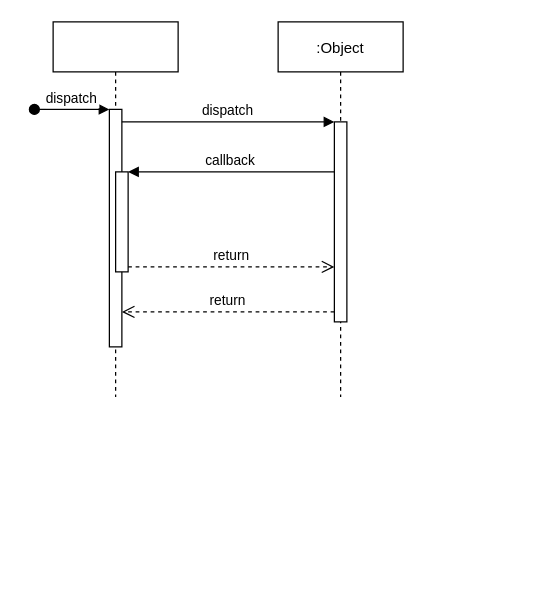
Before: page "资源管理-流程" (1 of 2) of Untitled Diagram.drawio in MainListActivity/demo, a draw.io diagram. Source tidied: cells renumbered, new cells numbered last; positions are measured from the earlier drawing's top-left corner, leaving out a move shared by most shapes. Both pictures are drawn from the tidied source at 125%, with x=0, y=0 at pixel (34, 21).
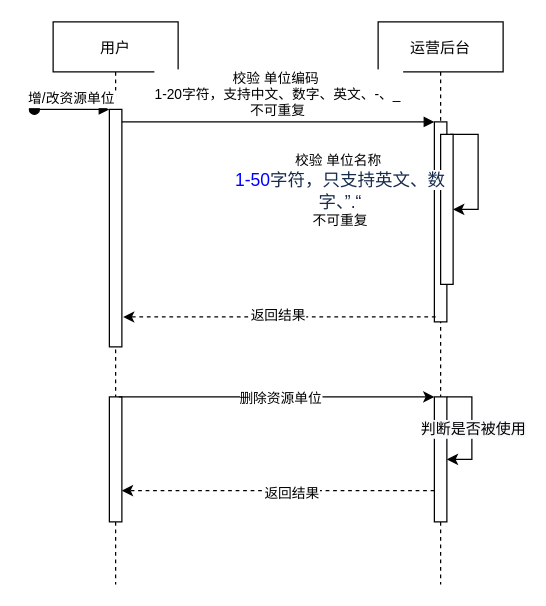
Above is the later version.

Unchanged cells that the change refers to:
```xml
<mxCell id="3" style="points=[];perimeter=orthogonalPerimeter;rounded=0;shadow=0;strokeWidth=1;" parent="2" vertex="1">
  <mxGeometry x="45" y="70" width="10" height="190" as="geometry" />
</mxCell>
<mxCell id="7" style="points=[];perimeter=orthogonalPerimeter;rounded=0;shadow=0;strokeWidth=1;" parent="6" vertex="1">
  <mxGeometry x="45" y="80" width="10" height="160" as="geometry" />
</mxCell>
```

Change to the diagram source:
```diff
@@
-    <mxCell id="2" style="shape=umlLifeline;perimeter=lifelinePerimeter;rounded=0;shadow=0;strokeWidth=1;" parent="1" vertex="1">
-      <mxGeometry x="15" width="100" height="300" as="geometry" />
+    <mxCell id="2" value="用户" style="shape=umlLifeline;perimeter=lifelinePerimeter;rounded=0;shadow=0;strokeWidth=1;" parent="1" vertex="1">
+      <mxGeometry x="15" width="100" height="450" as="geometry" />
     </mxCell>
@@
-    <mxCell id="4" value="dispatch" style="verticalAlign=bottom;startArrow=oval;endArrow=block;startSize=8;shadow=0;strokeWidth=1;" parent="2" edge="1" target="3">
+    <mxCell id="4" value="增/改资源单位" style="verticalAlign=bottom;startArrow=oval;endArrow=block;startSize=8;shadow=0;strokeWidth=1;" parent="2" edge="1" target="3">
       <mxGeometry relative="1" as="geometry">
         <mxPoint x="-15" y="70" as="sourcePoint" />
       </mxGeometry>
     </mxCell>
-    <mxCell id="5" style="points=[];perimeter=orthogonalPerimeter;rounded=0;shadow=0;strokeWidth=1;" parent="2" vertex="1">
-      <mxGeometry x="50" y="120" width="10" height="80" as="geometry" />
-    </mxCell>
+    <mxCell id="12" style="rounded=0;whiteSpace=wrap;html=1;" parent="2" vertex="1">
+      <mxGeometry x="45" y="300" width="10" height="100" as="geometry" />
+    </mxCell>
-    <mxCell id="6" value=":Object" style="shape=umlLifeline;perimeter=lifelinePerimeter;rounded=0;shadow=0;strokeWidth=1;" parent="1" vertex="1">
-      <mxGeometry x="195" width="100" height="300" as="geometry" />
+    <mxCell id="6" value="运营后台" style="shape=umlLifeline;perimeter=lifelinePerimeter;rounded=0;shadow=0;strokeWidth=1;" parent="1" vertex="1">
+      <mxGeometry x="275" width="100" height="450" as="geometry" />
     </mxCell>
@@
-    <mxCell id="8" value="return" style="verticalAlign=bottom;endArrow=open;dashed=1;endSize=8;exitX=0;exitY=0.95;shadow=0;strokeWidth=1;" parent="1" edge="1" source="7" target="3">
-      <mxGeometry relative="1" as="geometry" />
-    </mxCell>
+    <mxCell id="13" style="rounded=0;whiteSpace=wrap;html=1;" parent="6" vertex="1">
+      <mxGeometry x="50" y="90" width="10" height="120" as="geometry" />
+    </mxCell>
+    <mxCell id="14" style="edgeStyle=orthogonalEdgeStyle;rounded=0;orthogonalLoop=1;jettySize=auto;html=1;exitX=0.75;exitY=0;exitDx=0;exitDy=0;entryX=1;entryY=0.5;entryDx=0;entryDy=0;" parent="6" edge="1" source="13" target="13">
+      <mxGeometry relative="1" as="geometry">
+        <Array as="points">
+          <mxPoint x="80" y="90" />
+          <mxPoint x="80" y="150" />
+        </Array>
+      </mxGeometry>
+    </mxCell>
+    <mxCell id="15" style="rounded=0;whiteSpace=wrap;html=1;" parent="6" vertex="1">
+      <mxGeometry x="45" y="300" width="10" height="100" as="geometry" />
+    </mxCell>
+    <mxCell id="16" style="edgeStyle=orthogonalEdgeStyle;rounded=0;orthogonalLoop=1;jettySize=auto;html=1;exitX=1;exitY=0;exitDx=0;exitDy=0;entryX=1;entryY=0.5;entryDx=0;entryDy=0;strokeColor=#000000;" parent="6" edge="1" source="15" target="15">
+      <mxGeometry relative="1" as="geometry">
+        <Array as="points">
+          <mxPoint x="75" y="300" />
+          <mxPoint x="75" y="350" />
+        </Array>
+      </mxGeometry>
+    </mxCell>
+    <mxCell id="17" value="&lt;span style=&quot;font-size: 12px ; background-color: rgb(248 , 249 , 250)&quot;&gt;判断是否被使用&lt;/span&gt;" style="edgeLabel;html=1;align=center;verticalAlign=middle;" parent="16" vertex="1">
+      <mxGeometry relative="1" as="geometry" />
+    </mxCell>
-    <mxCell id="9" value="dispatch" style="verticalAlign=bottom;endArrow=block;entryX=0;entryY=0;shadow=0;strokeWidth=1;" parent="1" edge="1" source="3" target="7">
+    <mxCell id="9" value="校验 单位编码 &#10;1-20字符，支持中文、数字、英文、-、_&#10;不可重复" style="verticalAlign=bottom;endArrow=block;entryX=0;entryY=0;shadow=0;strokeWidth=1;" parent="1" edge="1" source="3" target="7">
       <mxGeometry relative="1" as="geometry" />
     </mxCell>
-    <mxCell id="10" value="callback" style="verticalAlign=bottom;endArrow=block;entryX=1;entryY=0;shadow=0;strokeWidth=1;" parent="1" edge="1" source="7" target="5">
-      <mxGeometry relative="1" as="geometry" />
-    </mxCell>
-    <mxCell id="11" value="return" style="verticalAlign=bottom;endArrow=open;dashed=1;endSize=8;exitX=1;exitY=0.95;shadow=0;strokeWidth=1;" parent="1" edge="1" source="5" target="7">
-      <mxGeometry relative="1" as="geometry" />
-    </mxCell>
+    <mxCell id="18" value="&lt;span style=&quot;font-size: 11px ; background-color: rgb(255 , 255 , 255)&quot;&gt;校验 单位名称&amp;nbsp;&lt;br&gt;&lt;/span&gt;&lt;span style=&quot;background-color: rgb(255 , 255 , 255) ; font-size: 14px ; text-align: left ; color: rgb(0 , 0 , 255)&quot;&gt;1-50&lt;/span&gt;&lt;span style=&quot;background-color: rgb(255 , 255 , 255) ; color: rgb(23 , 43 , 77) ; font-size: 14px ; text-align: left&quot;&gt;字符，只支持英文、数字、”.“&lt;/span&gt;&lt;span style=&quot;font-size: 11px ; background-color: rgb(255 , 255 , 255)&quot;&gt;&lt;br&gt;&lt;/span&gt;&lt;span style=&quot;font-size: 11px ; background-color: rgb(255 , 255 , 255)&quot;&gt;不可重复&lt;/span&gt;" style="text;html=1;strokeColor=none;fillColor=none;align=center;verticalAlign=middle;whiteSpace=wrap;rounded=0;" parent="1" vertex="1">
+      <mxGeometry x="155" y="120" width="180" height="30" as="geometry" />
+    </mxCell>
+    <mxCell id="19" style="endArrow=classic;html=1;entryX=1.1;entryY=0.874;entryDx=0;entryDy=0;entryPerimeter=0;dashed=1;" parent="1" edge="1" target="3">
+      <mxGeometry relative="1" as="geometry">
+        <mxPoint x="321" y="236" as="sourcePoint" />
+      </mxGeometry>
+    </mxCell>
+    <mxCell id="20" value="返回结果" style="edgeLabel;html=1;align=center;verticalAlign=middle;" parent="19" vertex="1">
+      <mxGeometry x="0.01" y="-2" relative="1" as="geometry" />
+    </mxCell>
+    <mxCell id="21" style="edgeStyle=orthogonalEdgeStyle;rounded=0;jettySize=auto;html=1;exitX=0.75;exitY=0;exitDx=0;exitDy=0;entryX=0;entryY=0;entryDx=0;entryDy=0;strokeColor=#000000;" parent="1" edge="1" source="12" target="15">
+      <mxGeometry relative="1" as="geometry">
+        <Array as="points">
+          <mxPoint x="195" y="300" />
+          <mxPoint x="195" y="300" />
+        </Array>
+      </mxGeometry>
+    </mxCell>
+    <mxCell id="22" value="删除资源单位" style="edgeLabel;html=1;align=center;verticalAlign=middle;" parent="21" vertex="1">
+      <mxGeometry x="0.25" y="-2" relative="1" as="geometry">
+        <mxPoint x="-29.5" y="-2" as="offset" />
+      </mxGeometry>
+    </mxCell>
+    <mxCell id="23" style="edgeStyle=orthogonalEdgeStyle;rounded=0;jettySize=auto;html=1;exitX=0;exitY=0.75;exitDx=0;exitDy=0;entryX=1;entryY=0.75;entryDx=0;entryDy=0;strokeColor=#000000;dashed=1;" parent="1" edge="1" source="15" target="12">
+      <mxGeometry relative="1" as="geometry" />
+    </mxCell>
+    <mxCell id="24" value="返回结果" style="edgeLabel;html=1;align=center;verticalAlign=middle;" parent="23" vertex="1">
+      <mxGeometry x="-0.18" y="1" relative="1" as="geometry">
+        <mxPoint x="-12" as="offset" />
+      </mxGeometry>
+    </mxCell>
```
